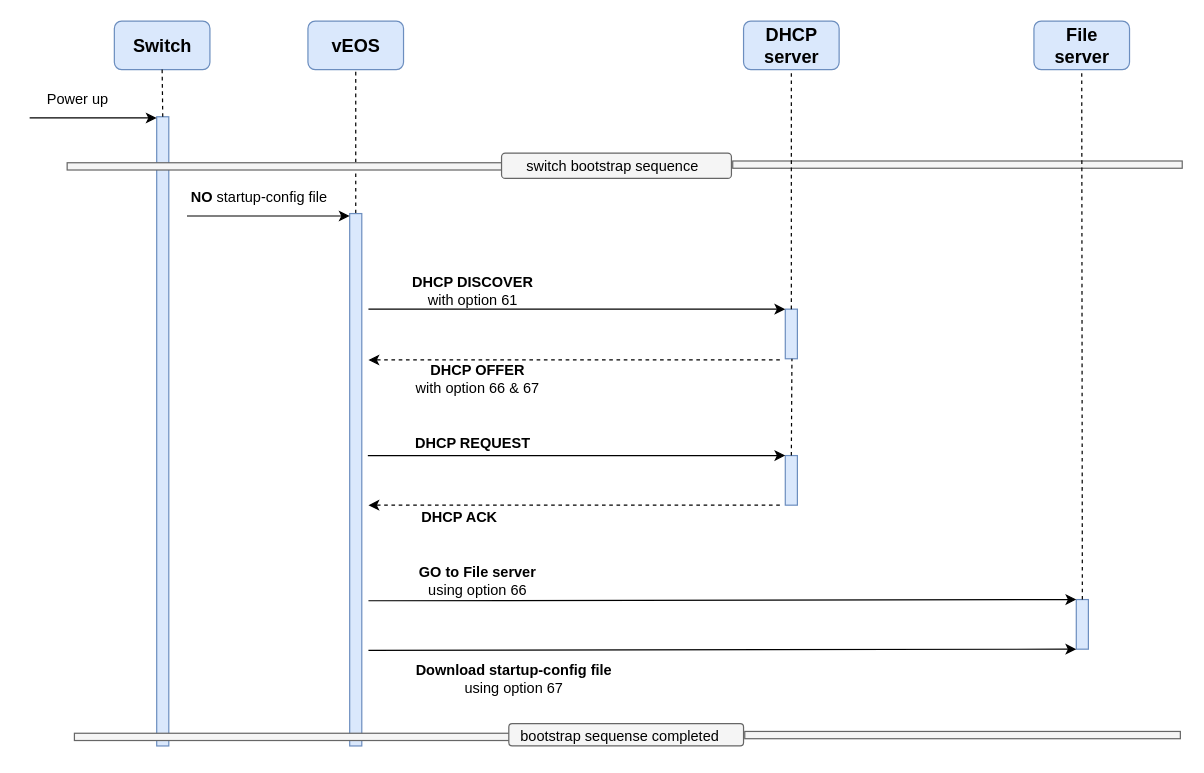
Above: ZTP Provisioning for Arista/ZTP-process-Diagram.drawio in OpentekyLab/Networking (draw.io), before the change. Source tidied: cells renumbered, new cells numbered last; positions are measured from the earlier drawing's top-left corner, leaving out a move shared by most shapes. Both pictures are drawn from the tidied source at 121%, with x=0, y=0 at pixel (29, -60).
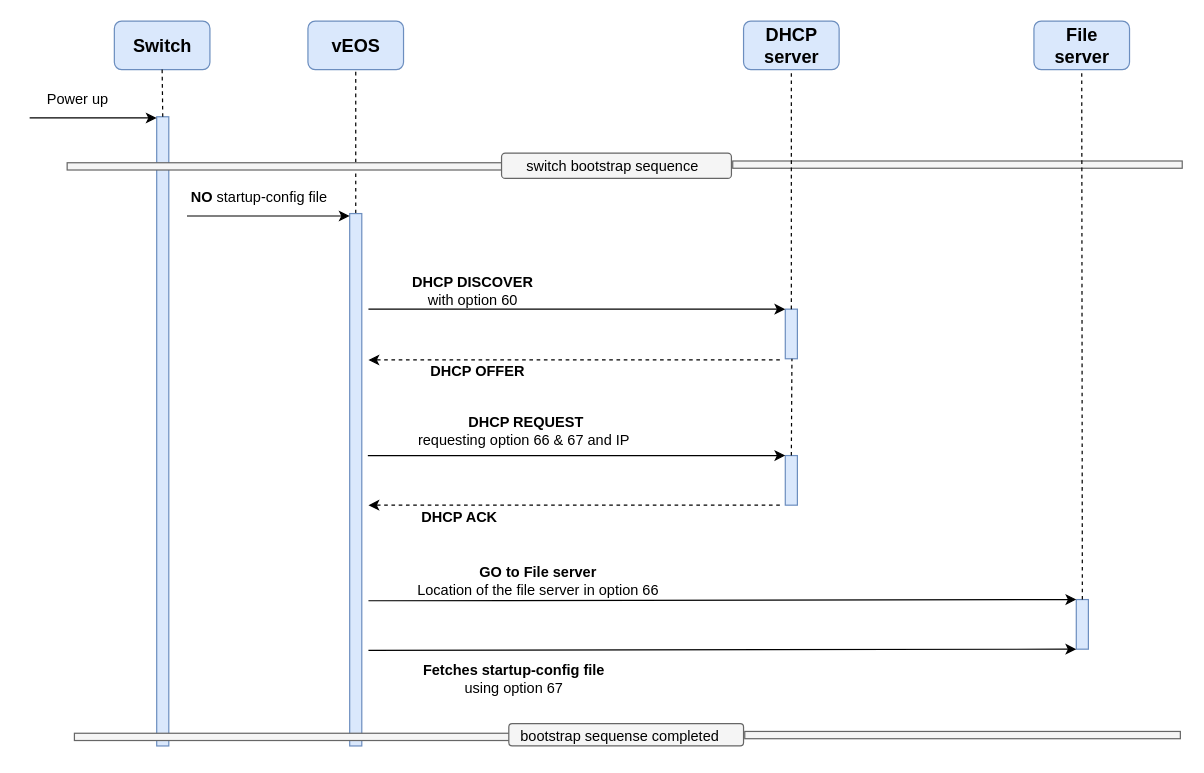
Above is the later version.

Change to the diagram source:
```diff
@@
-    <mxCell id="25" value="&lt;b&gt;DHCP DISCOVER&lt;/b&gt;&lt;br&gt;with option 61" style="text;strokeColor=none;align=center;fillColor=none;html=1;verticalAlign=middle;whiteSpace=wrap;rounded=0;" parent="1" vertex="1">
+    <mxCell id="25" value="&lt;b&gt;DHCP DISCOVER&lt;/b&gt;&lt;br&gt;with option 60" style="text;strokeColor=none;align=center;fillColor=none;html=1;verticalAlign=middle;whiteSpace=wrap;rounded=0;" parent="1" vertex="1">
       <mxGeometry x="311" y="275" width="111" height="30" as="geometry" />
     </mxCell>
@@
-    <mxCell id="27" value="&lt;b&gt;DHCP OFFER&lt;/b&gt;&lt;br&gt;with option 66 &amp;amp; 67" style="text;strokeColor=none;align=center;fillColor=none;html=1;verticalAlign=middle;whiteSpace=wrap;rounded=0;" parent="1" vertex="1">
-      <mxGeometry x="309.5" y="348" width="120.5" height="30" as="geometry" />
+    <mxCell id="27" value="&lt;b&gt;DHCP OFFER&lt;/b&gt;" style="text;strokeColor=none;align=center;fillColor=none;html=1;verticalAlign=middle;whiteSpace=wrap;rounded=0;" parent="1" vertex="1">
+      <mxGeometry x="309.5" y="348" width="120.5" height="18" as="geometry" />
     </mxCell>
@@
-    <mxCell id="31" value="&lt;b&gt;DHCP REQUEST&lt;/b&gt;" style="text;strokeColor=none;align=center;fillColor=none;html=1;verticalAlign=middle;whiteSpace=wrap;rounded=0;" parent="1" vertex="1">
-      <mxGeometry x="311" y="406" width="111" height="20" as="geometry" />
+    <mxCell id="31" value="&lt;b&gt;DHCP REQUEST&lt;br&gt;&lt;/b&gt;requesting option 66 &amp;amp; 67 and IP&amp;nbsp;&lt;b&gt;&lt;br&gt;&lt;/b&gt;" style="text;strokeColor=none;align=center;fillColor=none;html=1;verticalAlign=middle;whiteSpace=wrap;rounded=0;" parent="1" vertex="1">
+      <mxGeometry x="311" y="396" width="199" height="20" as="geometry" />
     </mxCell>
@@
-    <mxCell id="37" value="&lt;b&gt;GO to File server&lt;br&gt;&lt;/b&gt;using option 66" style="text;strokeColor=none;align=center;fillColor=none;html=1;verticalAlign=middle;whiteSpace=wrap;rounded=0;" parent="1" vertex="1">
-      <mxGeometry x="311" y="515" width="119" height="30" as="geometry" />
+    <mxCell id="37" value="&lt;b&gt;GO to File server&lt;br&gt;&lt;/b&gt;Location of the file server in option 66" style="text;strokeColor=none;align=center;fillColor=none;html=1;verticalAlign=middle;whiteSpace=wrap;rounded=0;" parent="1" vertex="1">
+      <mxGeometry x="311" y="515" width="219" height="30" as="geometry" />
     </mxCell>
@@
-    <mxCell id="39" value="&lt;b&gt;Download startup-config file&lt;br&gt;&lt;/b&gt;using option 67" style="text;strokeColor=none;align=center;fillColor=none;html=1;verticalAlign=middle;whiteSpace=wrap;rounded=0;" parent="1" vertex="1">
+    <mxCell id="39" value="&lt;b&gt;Fetches startup-config file&lt;br&gt;&lt;/b&gt;using option 67" style="text;strokeColor=none;align=center;fillColor=none;html=1;verticalAlign=middle;whiteSpace=wrap;rounded=0;" parent="1" vertex="1">
       <mxGeometry x="311" y="596" width="179" height="30" as="geometry" />
     </mxCell>
```
